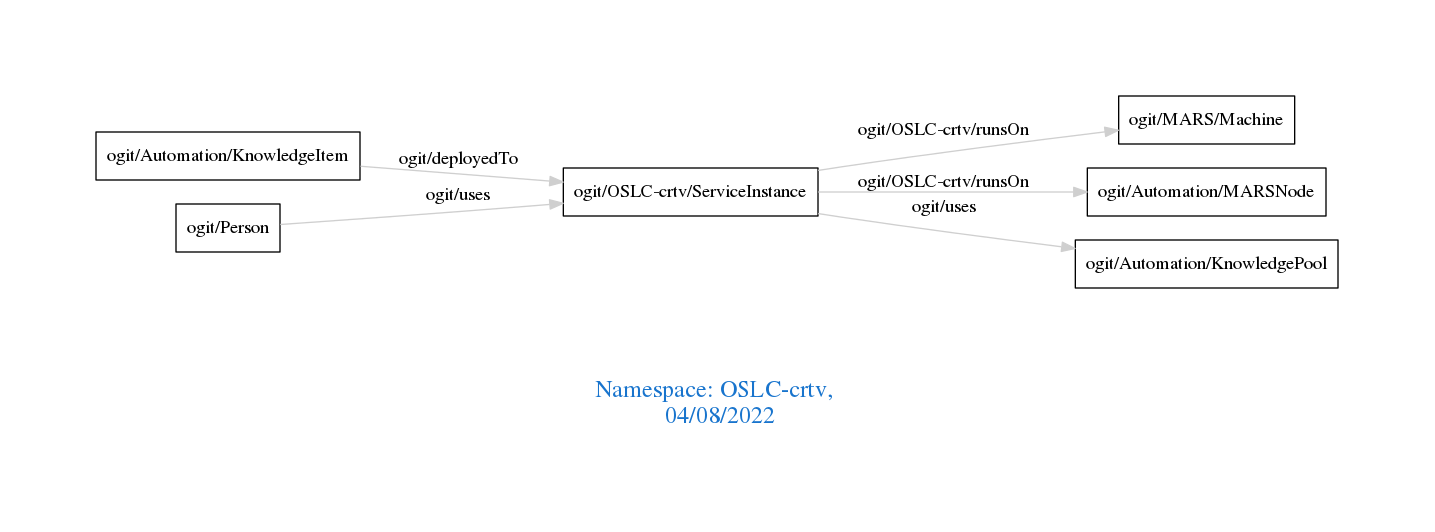
This is downloads/OSLC-crtv.png from arago/OGIT, a Graphviz export, as it was before one commit. Its source is kept beside it as downloads/OSLC-crtv.dot.
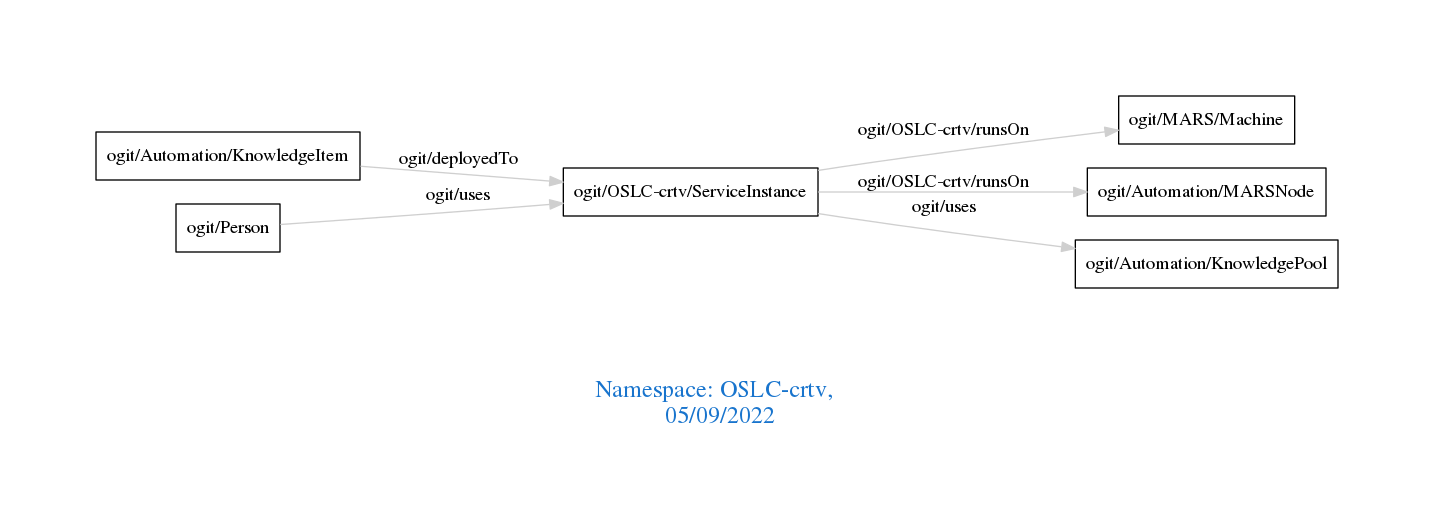
Later version of the same file.

Change to the diagram source:
```diff
@@ -1,7 +1,7 @@
 digraph OGIT_ontology {
  graph [ rankdir= LR,pad=1
 fontsize = 18,
-fontcolor= dodgerblue3,label = "\n\n\nNamespace: OSLC-crtv, \n 04/08/2022"];
+fontcolor= dodgerblue3,label = "\n\n\nNamespace: OSLC-crtv, \n 05/09/2022"];
 node[shape=polygon];
 edge [  color="gray81"];
 
```
